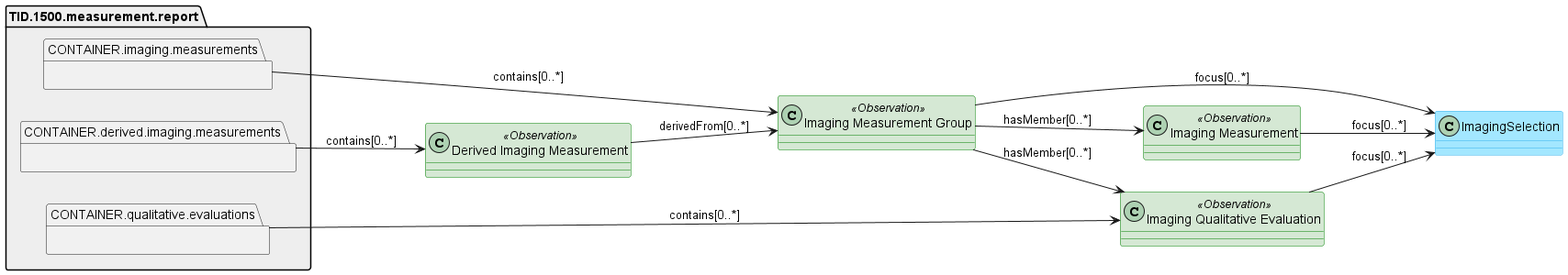
Before: input/images/tid_1500_measurement_report.png, a diagram exported from PlantUML (HL7/dicom-sr). Its source is kept beside it as input/images-source/tid_1500_measurement_report.plantuml.
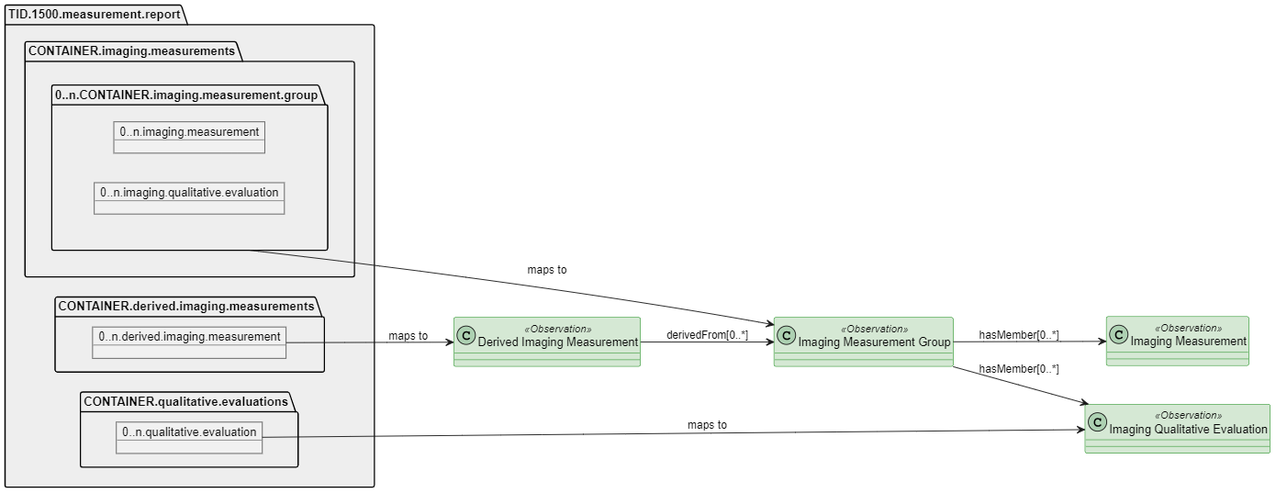
The same diagram one commit later.

The edit, as a diff of the source:
```diff
@@ -6,27 +6,26 @@
 class "Derived Imaging Measurement" as DerivedImagingMeasurement <<Observation>> #d5e8d4 ##green
 class "Imaging Qualitative Evaluation" as ImagingQualitativeEvaluation <<Observation>> #d5e8d4 ##green
 
-class ImagingSelection #a3e7ff ##34b1eb
-
-
 package TID.1500.measurement.report #EEEEEE {
     package CONTAINER.imaging.measurements {
+        package 0..n.CONTAINER.imaging.measurement.group {
+            Object 0..n.imaging.measurement
+            Object 0..n.imaging.qualitative.evaluation
+        }
     }
     package CONTAINER.derived.imaging.measurements {
+        Object 0..n.derived.imaging.measurement
     }
     package CONTAINER.qualitative.evaluations {
+        Object 0..n.qualitative.evaluation
     }
 }
 
-CONTAINER.imaging.measurements --> ImagingMeasurementGroup : contains[0..*]
-CONTAINER.derived.imaging.measurements --> DerivedImagingMeasurement : contains[0..*]
-CONTAINER.qualitative.evaluations --> ImagingQualitativeEvaluation : contains[0..*]
+"0..n.CONTAINER.imaging.measurement.group" -> ImagingMeasurementGroup : maps to
+"0..n.derived.imaging.measurement" --> DerivedImagingMeasurement : maps to
+"0..n.qualitative.evaluation" --> ImagingQualitativeEvaluation : maps to
 
 ImagingMeasurementGroup --> ImagingMeasurement : hasMember[0..*]
 ImagingMeasurementGroup --> ImagingQualitativeEvaluation : hasMember[0..*]
 DerivedImagingMeasurement --> ImagingMeasurementGroup : derivedFrom[0..*]
-
-ImagingMeasurement --> ImagingSelection: focus[0..*]
-ImagingMeasurementGroup --> ImagingSelection: focus[0..*]
-ImagingQualitativeEvaluation --> ImagingSelection: focus[0..*]
 @enduml
```
